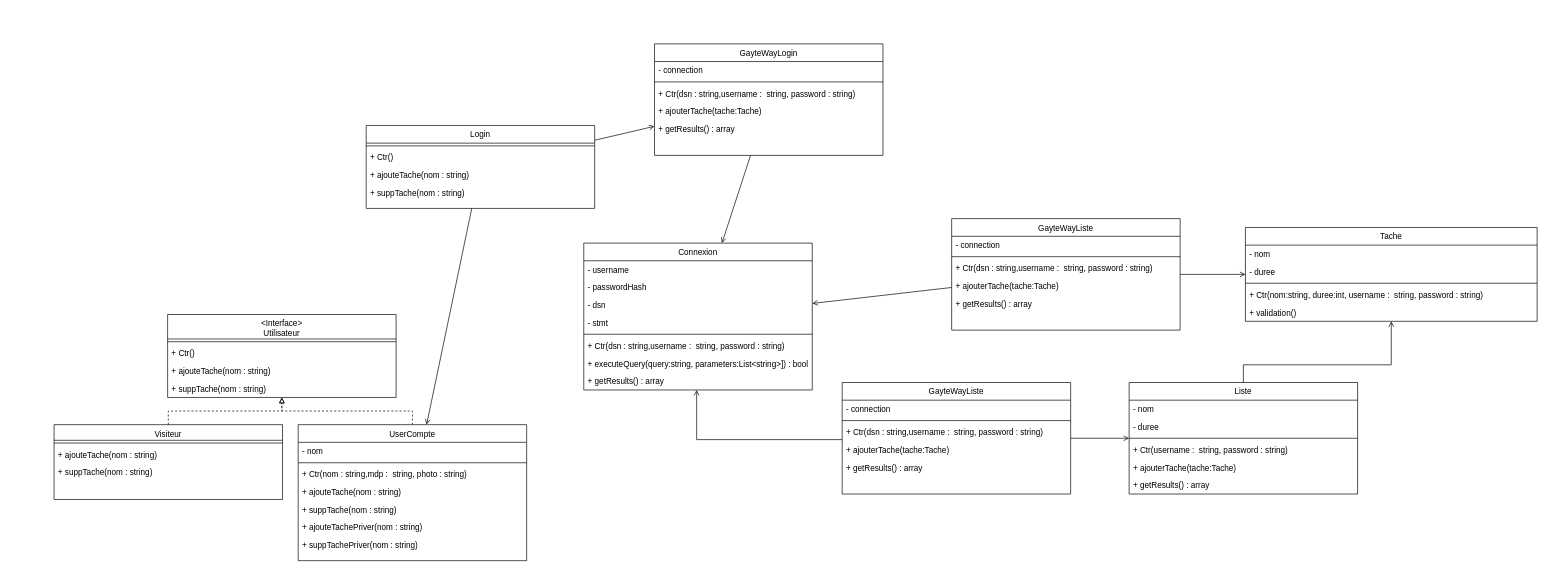
Before: doc/DiagrammeDeClasse.drawio in waarx11/Projet_Php_Todo_Lidt, a draw.io diagram. Source tidied: cells renumbered, new cells numbered last; positions are measured from the earlier drawing's top-left corner, leaving out a move shared by most shapes. Both pictures are drawn from the tidied source at 68%, with x=0, y=0 at pixel (54, 44).
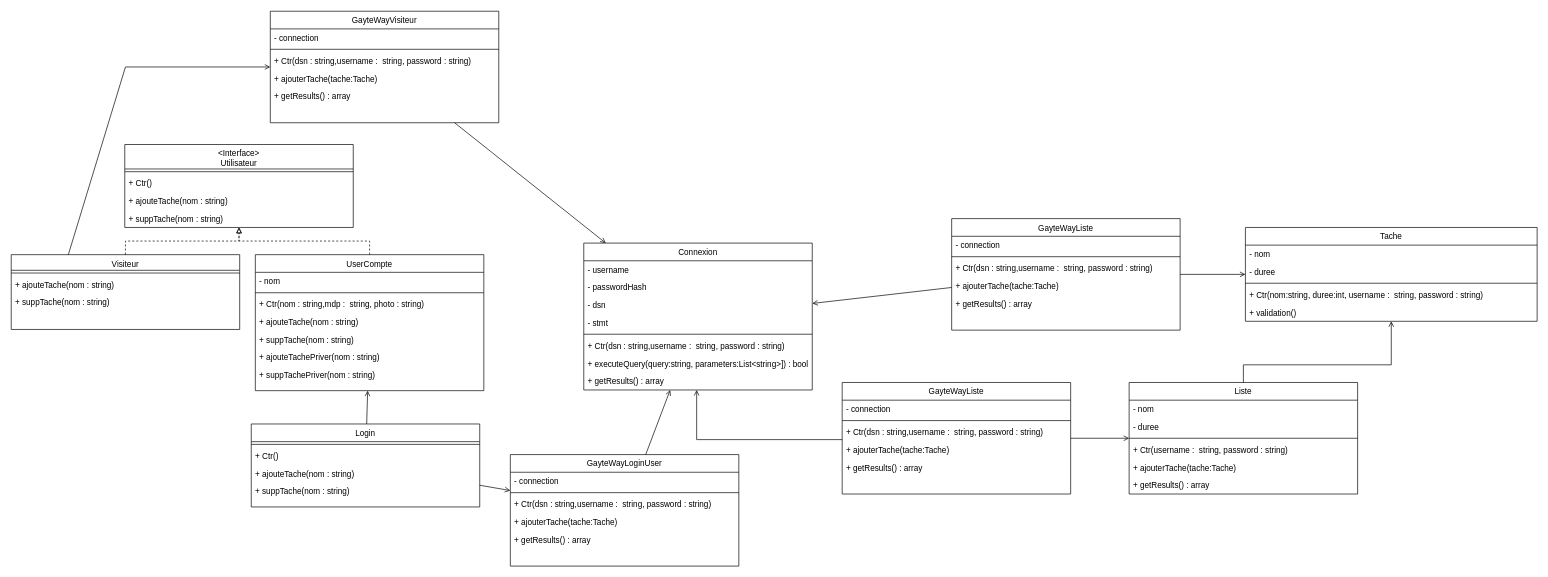
The same diagram, later.

Commit message:
Diagramme bientot finit

Unchanged cells that the change refers to:
```xml
<mxCell id="2" value="Connexion" style="swimlane;fontStyle=0;align=center;verticalAlign=top;horizontal=1;startSize=26;rounded=0;shadow=0;strokeWidth=1;" parent="1" vertex="1">
  <mxGeometry x="779" y="293" width="336" height="216" as="geometry" />
</mxCell>
```

Diff of the diagram source:
```diff
@@
     <mxCell id="25" value="&lt;Interface&gt;&#10;Utilisateur" style="swimlane;fontStyle=0;align=center;verticalAlign=top;horizontal=1;startSize=36;rounded=0;shadow=0;strokeWidth=1;" parent="1" vertex="1">
-      <mxGeometry x="167" y="398" width="336" height="122" as="geometry" />
+      <mxGeometry x="104" y="148" width="336" height="122" as="geometry" />
     </mxCell>
@@
     <mxCell id="31" value="UserCompte" style="swimlane;fontStyle=0;align=center;verticalAlign=top;horizontal=1;startSize=26;rounded=0;shadow=0;strokeWidth=1;" parent="1" vertex="1">
-      <mxGeometry x="359" y="560" width="336" height="200" as="geometry" />
+      <mxGeometry x="296" y="310" width="336" height="200" as="geometry" />
     </mxCell>
@@
     <mxCell id="39" value="Visiteur" style="swimlane;fontStyle=0;align=center;verticalAlign=top;horizontal=1;startSize=23;rounded=0;shadow=0;strokeWidth=1;" parent="1" vertex="1">
-      <mxGeometry y="560" width="336" height="110" as="geometry" />
+      <mxGeometry x="-63" y="310" width="336" height="110" as="geometry" />
     </mxCell>
@@
     <mxCell id="45" value="Login" style="swimlane;fontStyle=0;align=center;verticalAlign=top;horizontal=1;startSize=26;rounded=0;shadow=0;strokeWidth=1;" parent="1" vertex="1">
-      <mxGeometry x="459" y="120" width="336" height="122" as="geometry" />
+      <mxGeometry x="290" y="559" width="336" height="122" as="geometry" />
     </mxCell>
@@
-    <mxCell id="67" value="GayteWayLogin" style="swimlane;fontStyle=0;align=center;verticalAlign=top;horizontal=1;startSize=26;rounded=0;shadow=0;strokeWidth=1;" parent="1" vertex="1">
-      <mxGeometry x="883" width="336" height="164" as="geometry" />
+    <mxCell id="67" value="GayteWayLoginUser" style="swimlane;fontStyle=0;align=center;verticalAlign=top;horizontal=1;startSize=26;rounded=0;shadow=0;strokeWidth=1;" parent="1" vertex="1">
+      <mxGeometry x="671" y="604" width="336" height="164" as="geometry" />
     </mxCell>
@@
+    <mxCell id="74" value="GayteWayVisiteur" style="swimlane;fontStyle=0;align=center;verticalAlign=top;horizontal=1;startSize=26;rounded=0;shadow=0;strokeWidth=1;" parent="1" vertex="1">
+      <mxGeometry x="318" y="-48" width="336" height="164" as="geometry" />
+    </mxCell>
+    <mxCell id="75" value="- connection" style="text;align=left;verticalAlign=top;spacingLeft=4;spacingRight=4;overflow=hidden;rounded=0;shadow=0;html=0;" parent="74" vertex="1">
+      <mxGeometry y="26" width="336" height="26" as="geometry" />
+    </mxCell>
+    <mxCell id="76" style="line;html=1;strokeWidth=1;align=left;verticalAlign=middle;spacingTop=-1;spacingLeft=3;spacingRight=3;labelPosition=right;" parent="74" vertex="1">
+      <mxGeometry y="52" width="336" height="8" as="geometry" />
+    </mxCell>
+    <mxCell id="77" value="+ Ctr(dsn : string,username :  string, password : string)" style="text;align=left;verticalAlign=top;spacingLeft=4;spacingRight=4;overflow=hidden;" parent="74" vertex="1">
+      <mxGeometry y="60" width="336" height="26" as="geometry" />
+    </mxCell>
+    <mxCell id="78" value="+ ajouterTache(tache:Tache)" style="text;align=left;verticalAlign=top;spacingLeft=4;spacingRight=4;overflow=hidden;" parent="74" vertex="1">
+      <mxGeometry y="86" width="336" height="26" as="geometry" />
+    </mxCell>
+    <mxCell id="79" value="+ getResults() : array" style="text;align=left;verticalAlign=top;spacingLeft=4;spacingRight=4;overflow=hidden;" parent="74" vertex="1">
+      <mxGeometry y="112" width="336" height="26" as="geometry" />
+    </mxCell>
+    <mxCell id="80" style="endArrow=open;html=1;rounded=0;fontSize=16;endFill=0;exitX=0.25;exitY=0;exitDx=0;exitDy=0;" parent="1" edge="1" source="39" target="74">
+      <mxGeometry relative="1" as="geometry">
+        <Array as="points">
+          <mxPoint x="105" y="34" />
+        </Array>
+      </mxGeometry>
+    </mxCell>
+    <mxCell id="81" style="endArrow=open;html=1;rounded=0;fontSize=16;endFill=0;" parent="1" edge="1" source="74" target="2">
+      <mxGeometry relative="1" as="geometry" />
+    </mxCell>
```
